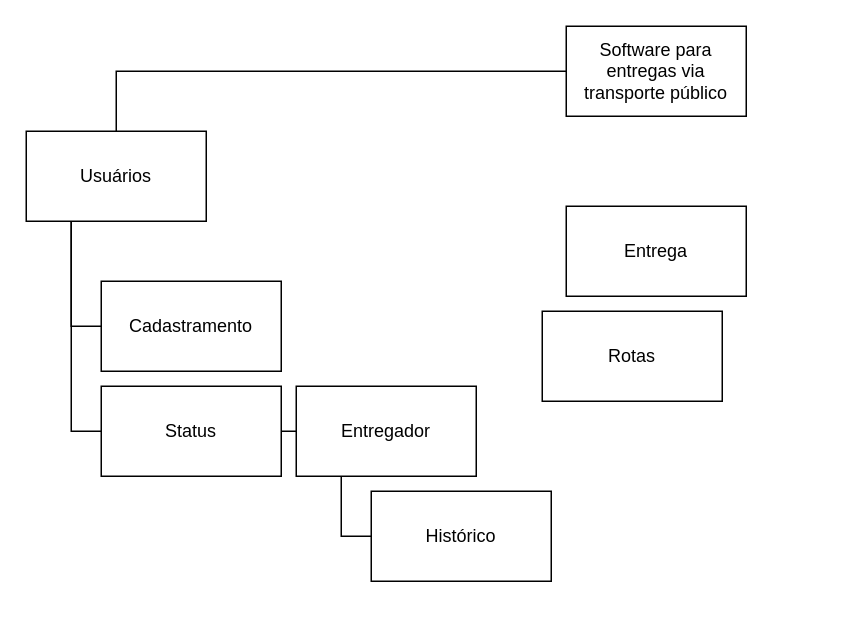
Before: EAP.drawio in bruniculos08/SOFT003, a draw.io diagram. Source tidied: cells renumbered, new cells numbered last; positions are measured from the earlier drawing's top-left corner, leaving out a move shared by most shapes. Both pictures are drawn from the tidied source at 150%, with x=0, y=0 at pixel (26, 26).
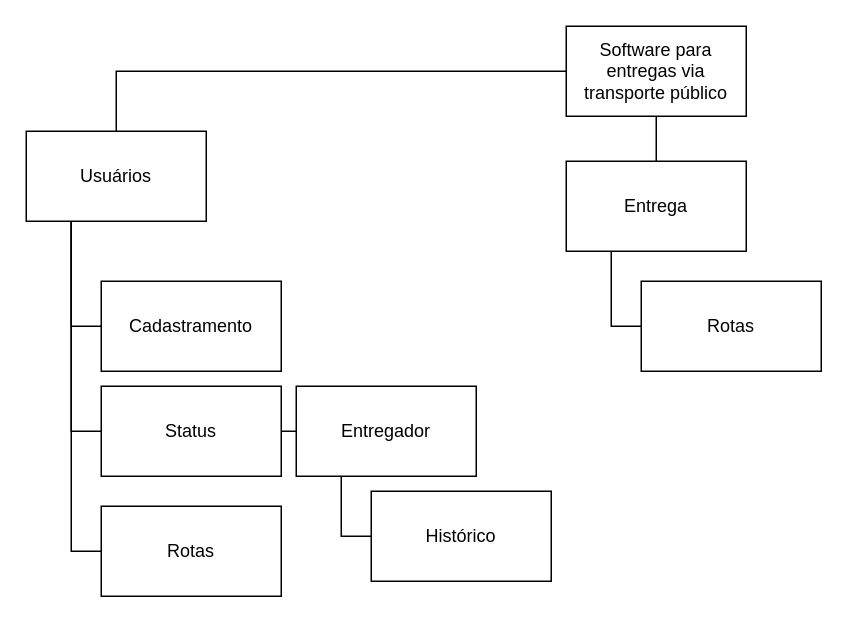
The same page after the edit.

Diff of the diagram source:
```diff
@@
 <mxGraphModel>
   <root>
     <mxCell id="0" />
     <mxCell id="1" parent="0" />
     <mxCell id="2" style="edgeStyle=orthogonalEdgeStyle;rounded=0;jettySize=auto;html=1;exitX=0;exitY=0.5;exitDx=0;exitDy=0;endArrow=none;endFill=0;" parent="1" edge="1" source="3" target="6">
       <mxGeometry relative="1" as="geometry" />
     </mxCell>
+    <mxCell id="15" style="edgeStyle=orthogonalEdgeStyle;rounded=0;jettySize=auto;html=1;exitX=0.5;exitY=1;exitDx=0;exitDy=0;entryX=0.5;entryY=0;entryDx=0;entryDy=0;endArrow=none;endFill=0;" parent="1" edge="1" source="3" target="13">
+      <mxGeometry relative="1" as="geometry" />
+    </mxCell>
     <mxCell id="3" value="Software para&lt;br&gt;entregas via&lt;br&gt;transporte público" style="rounded=0;whiteSpace=wrap;html=1;" parent="1" vertex="1">
       <mxGeometry x="360" width="120" height="60" as="geometry" />
     </mxCell>
     <mxCell id="4" style="edgeStyle=orthogonalEdgeStyle;rounded=0;jettySize=auto;html=1;exitX=0.25;exitY=1;exitDx=0;exitDy=0;entryX=0;entryY=0.5;entryDx=0;entryDy=0;endArrow=none;endFill=0;" parent="1" edge="1" source="6" target="7">
       <mxGeometry relative="1" as="geometry" />
     </mxCell>
     <mxCell id="5" style="edgeStyle=orthogonalEdgeStyle;rounded=0;jettySize=auto;html=1;exitX=0.25;exitY=1;exitDx=0;exitDy=0;entryX=0;entryY=0.5;entryDx=0;entryDy=0;endArrow=none;endFill=0;" parent="1" edge="1" source="6" target="9">
       <mxGeometry relative="1" as="geometry" />
     </mxCell>
+    <mxCell id="16" style="edgeStyle=orthogonalEdgeStyle;rounded=0;jettySize=auto;html=1;exitX=0.25;exitY=1;exitDx=0;exitDy=0;entryX=0;entryY=0.5;entryDx=0;entryDy=0;endArrow=none;endFill=0;" parent="1" edge="1" source="6" target="18">
+      <mxGeometry relative="1" as="geometry" />
+    </mxCell>
     <mxCell id="6" value="Usuários" style="rounded=0;whiteSpace=wrap;html=1;" parent="1" vertex="1">
       <mxGeometry y="70" width="120" height="60" as="geometry" />
     </mxCell>
     <mxCell id="7" value="Cadastramento" style="rounded=0;whiteSpace=wrap;html=1;" parent="1" vertex="1">
       <mxGeometry x="50" y="170" width="120" height="60" as="geometry" />
     </mxCell>
     <mxCell id="8" style="edgeStyle=orthogonalEdgeStyle;rounded=0;jettySize=auto;html=1;exitX=1;exitY=0.5;exitDx=0;exitDy=0;entryX=0;entryY=0.5;entryDx=0;entryDy=0;endArrow=none;endFill=0;" parent="1" edge="1" source="9" target="11">
       <mxGeometry relative="1" as="geometry" />
     </mxCell>
     <mxCell id="9" value="Status" style="rounded=0;whiteSpace=wrap;html=1;" parent="1" vertex="1">
       <mxGeometry x="50" y="240" width="120" height="60" as="geometry" />
     </mxCell>
     <mxCell id="10" style="edgeStyle=orthogonalEdgeStyle;rounded=0;jettySize=auto;html=1;exitX=0.25;exitY=1;exitDx=0;exitDy=0;entryX=0;entryY=0.5;entryDx=0;entryDy=0;endArrow=none;endFill=0;" parent="1" edge="1" source="11" target="12">
       <mxGeometry relative="1" as="geometry" />
     </mxCell>
     <mxCell id="11" value="Entregador" style="rounded=0;whiteSpace=wrap;html=1;" parent="1" vertex="1">
       <mxGeometry x="180" y="240" width="120" height="60" as="geometry" />
     </mxCell>
     <mxCell id="12" value="Histórico" style="rounded=0;whiteSpace=wrap;html=1;" parent="1" vertex="1">
       <mxGeometry x="230" y="310" width="120" height="60" as="geometry" />
     </mxCell>
+    <mxCell id="17" style="edgeStyle=orthogonalEdgeStyle;rounded=0;jettySize=auto;html=1;exitX=0.25;exitY=1;exitDx=0;exitDy=0;entryX=0;entryY=0.5;entryDx=0;entryDy=0;endArrow=none;endFill=0;" parent="1" edge="1" source="13" target="19">
+      <mxGeometry relative="1" as="geometry" />
+    </mxCell>
     <mxCell id="13" value="Entrega" style="rounded=0;whiteSpace=wrap;html=1;" parent="1" vertex="1">
-      <mxGeometry x="360" y="120" width="120" height="60" as="geometry" />
+      <mxGeometry x="360" y="90" width="120" height="60" as="geometry" />
     </mxCell>
-    <mxCell id="14" value="Rotas" style="rounded=0;whiteSpace=wrap;html=1;" parent="1" vertex="1">
-      <mxGeometry x="344" y="190" width="120" height="60" as="geometry" />
-    </mxCell>
+    <mxCell id="18" value="Rotas" style="rounded=0;whiteSpace=wrap;html=1;" parent="1" vertex="1">
+      <mxGeometry x="50" y="320" width="120" height="60" as="geometry" />
+    </mxCell>
+    <mxCell id="19" value="Rotas" style="rounded=0;whiteSpace=wrap;html=1;" parent="1" vertex="1">
+      <mxGeometry x="410" y="170" width="120" height="60" as="geometry" />
+    </mxCell>
   </root>
 </mxGraphModel>
```
